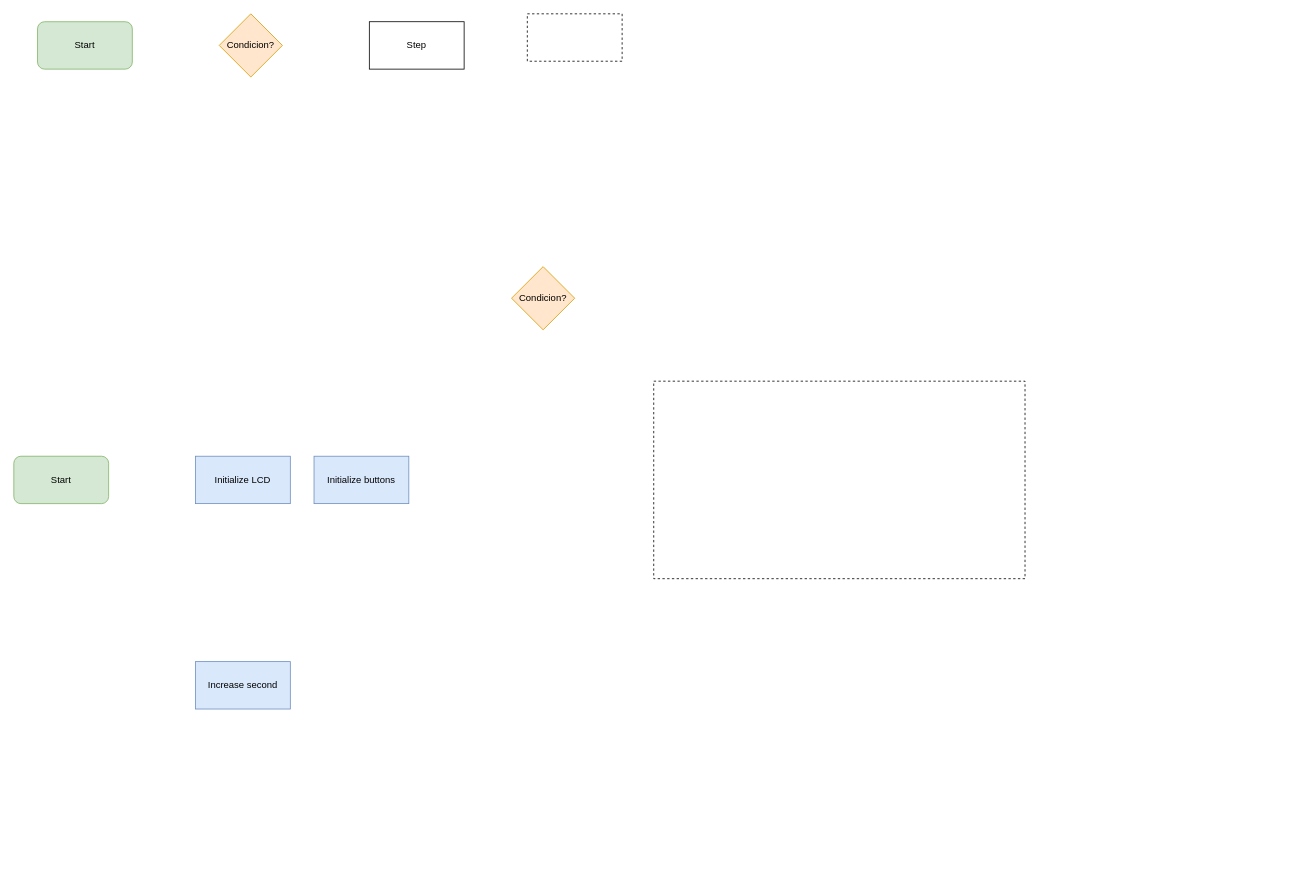
The draw.io diagram clock_display/Diagrama de flujo.drawio in MartinOrdonoCaro/arduino, before the edit. Source tidied: cells renumbered, new cells numbered last; positions are measured from the earlier drawing's top-left corner, leaving out a move shared by most shapes. Both pictures are drawn from the tidied source at 79%, with x=0, y=0 at pixel (13, 13).
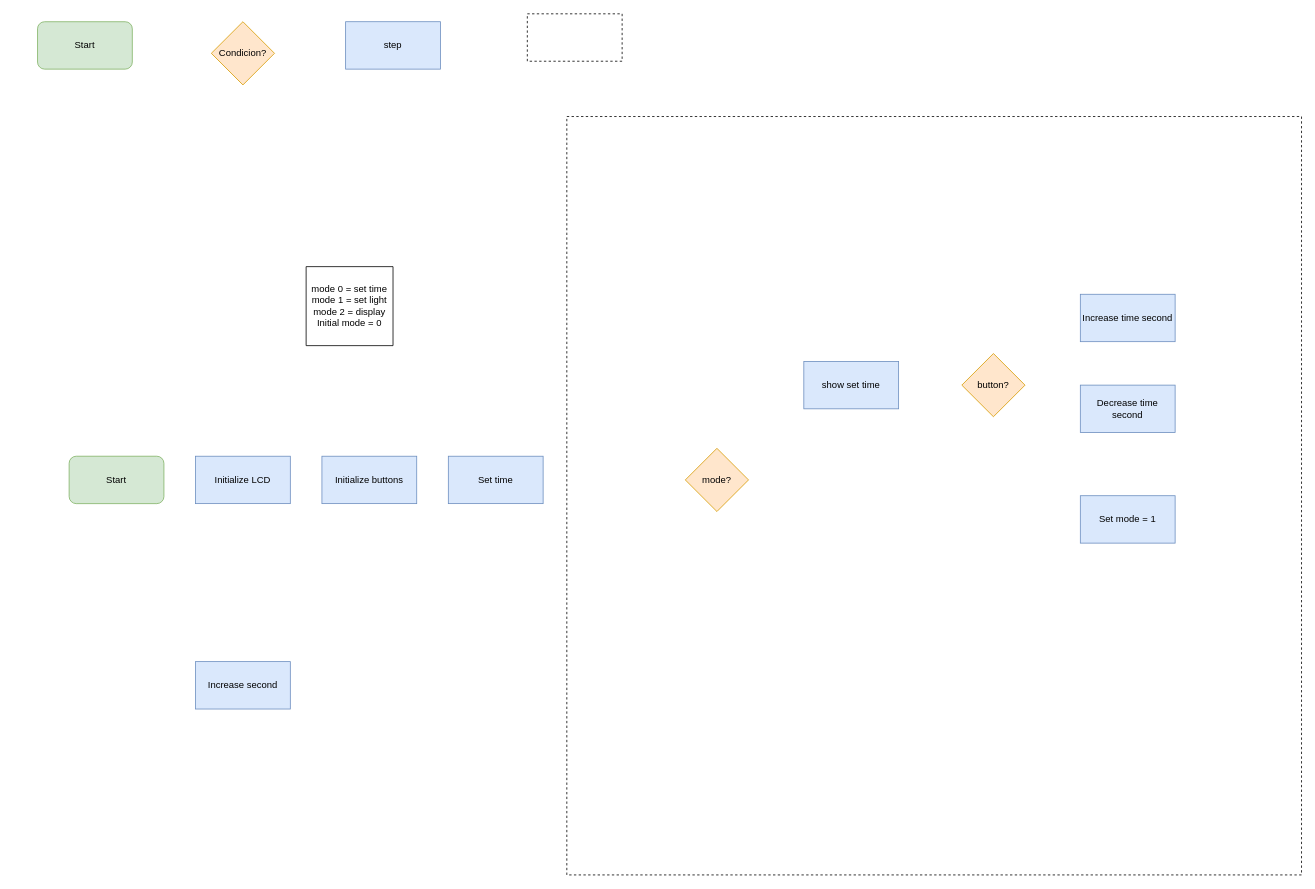
The same diagram, later.

Change to the diagram source:
```diff
@@
 <mxGraphModel>
   <root>
     <mxCell id="0" />
     <mxCell id="1" parent="0" />
+    <mxCell id="9" style="rounded=0;whiteSpace=wrap;html=1;dashed=1;fillColor=none;" parent="1" vertex="1">
+      <mxGeometry x="700" y="130" width="930" height="960" as="geometry" />
+    </mxCell>
     <mxCell id="2" value="Start" style="rounded=1;whiteSpace=wrap;html=1;fillColor=#d5e8d4;strokeColor=#82b366;" parent="1" vertex="1">
-      <mxGeometry y="560" width="120" height="60" as="geometry" />
+      <mxGeometry x="70" y="560" width="120" height="60" as="geometry" />
     </mxCell>
-    <mxCell id="3" value="Condicion?" style="rhombus;whiteSpace=wrap;html=1;fillColor=#ffe6cc;strokeColor=#d79b00;" parent="1" vertex="1">
-      <mxGeometry x="630" y="320" width="80" height="80" as="geometry" />
+    <mxCell id="3" value="mode?" style="rhombus;whiteSpace=wrap;html=1;fillColor=#ffe6cc;strokeColor=#d79b00;" parent="1" vertex="1">
+      <mxGeometry x="850" y="550" width="80" height="80" as="geometry" />
     </mxCell>
     <mxCell id="4" value="Start" style="rounded=1;whiteSpace=wrap;html=1;fillColor=#d5e8d4;strokeColor=#82b366;" parent="1" vertex="1">
       <mxGeometry x="30" y="10" width="120" height="60" as="geometry" />
     </mxCell>
     <mxCell id="5" value="Condicion?" style="rhombus;whiteSpace=wrap;html=1;fillColor=#ffe6cc;strokeColor=#d79b00;" parent="1" vertex="1">
-      <mxGeometry x="260" width="80" height="80" as="geometry" />
+      <mxGeometry x="250" y="10" width="80" height="80" as="geometry" />
     </mxCell>
     <mxCell id="6" value="Initialize LCD" style="rounded=0;whiteSpace=wrap;html=1;fillColor=#dae8fc;strokeColor=#6c8ebf;glass=0;shadow=0;" parent="1" vertex="1">
       <mxGeometry x="230" y="560" width="120" height="60" as="geometry" />
     </mxCell>
-    <mxCell id="7" value="Step" style="rounded=0;whiteSpace=wrap;html=1;" parent="1" vertex="1">
-      <mxGeometry x="450" y="10" width="120" height="60" as="geometry" />
-    </mxCell>
     <mxCell id="8" style="rounded=0;whiteSpace=wrap;html=1;dashed=1;fillColor=none;" parent="1" vertex="1">
       <mxGeometry x="650" width="120" height="60" as="geometry" />
     </mxCell>
-    <mxCell id="9" style="rounded=0;whiteSpace=wrap;html=1;dashed=1;fillColor=none;" parent="1" vertex="1">
-      <mxGeometry x="810" y="465" width="470" height="250" as="geometry" />
-    </mxCell>
     <mxCell id="10" value="Initialize buttons" style="rounded=0;whiteSpace=wrap;html=1;fillColor=#dae8fc;strokeColor=#6c8ebf;glass=0;shadow=0;" parent="1" vertex="1">
-      <mxGeometry x="380" y="560" width="120" height="60" as="geometry" />
+      <mxGeometry x="390" y="560" width="120" height="60" as="geometry" />
     </mxCell>
     <mxCell id="11" value="Increase second" style="rounded=0;whiteSpace=wrap;html=1;fillColor=#dae8fc;strokeColor=#6c8ebf;glass=0;shadow=0;" parent="1" vertex="1">
       <mxGeometry x="230" y="820" width="120" height="60" as="geometry" />
     </mxCell>
+    <mxCell id="12" value="Set time" style="rounded=0;whiteSpace=wrap;html=1;fillColor=#dae8fc;strokeColor=#6c8ebf;glass=0;shadow=0;" parent="1" vertex="1">
+      <mxGeometry x="550" y="560" width="120" height="60" as="geometry" />
+    </mxCell>
+    <mxCell id="13" value="&lt;div&gt;mode 0 = set time&lt;/div&gt;&lt;div&gt;mode 1 = set light&lt;/div&gt;&lt;div&gt;mode 2 = display&lt;/div&gt;Initial mode = 0" style="shape=note;whiteSpace=wrap;html=1;backgroundOutline=1;darkOpacity=0.05;size=0;" parent="1" vertex="1">
+      <mxGeometry x="370" y="320" width="110" height="100" as="geometry" />
+    </mxCell>
+    <mxCell id="14" value="step" style="rounded=0;whiteSpace=wrap;html=1;fillColor=#dae8fc;strokeColor=#6c8ebf;glass=0;shadow=0;" parent="1" vertex="1">
+      <mxGeometry x="420" y="10" width="120" height="60" as="geometry" />
+    </mxCell>
+    <mxCell id="15" value="show set time" style="rounded=0;whiteSpace=wrap;html=1;fillColor=#dae8fc;strokeColor=#6c8ebf;glass=0;shadow=0;" parent="1" vertex="1">
+      <mxGeometry x="1000" y="440" width="120" height="60" as="geometry" />
+    </mxCell>
+    <mxCell id="16" value="button?" style="rhombus;whiteSpace=wrap;html=1;fillColor=#ffe6cc;strokeColor=#d79b00;" parent="1" vertex="1">
+      <mxGeometry x="1200" y="430" width="80" height="80" as="geometry" />
+    </mxCell>
+    <mxCell id="17" value="Increase time second" style="rounded=0;whiteSpace=wrap;html=1;fillColor=#dae8fc;strokeColor=#6c8ebf;glass=0;shadow=0;" parent="1" vertex="1">
+      <mxGeometry x="1350" y="355" width="120" height="60" as="geometry" />
+    </mxCell>
+    <mxCell id="18" value="Decrease time second" style="rounded=0;whiteSpace=wrap;html=1;fillColor=#dae8fc;strokeColor=#6c8ebf;glass=0;shadow=0;" parent="1" vertex="1">
+      <mxGeometry x="1350" y="470" width="120" height="60" as="geometry" />
+    </mxCell>
+    <mxCell id="19" value="Set mode = 1" style="rounded=0;whiteSpace=wrap;html=1;fillColor=#dae8fc;strokeColor=#6c8ebf;glass=0;shadow=0;" parent="1" vertex="1">
+      <mxGeometry x="1350" y="610" width="120" height="60" as="geometry" />
+    </mxCell>
   </root>
 </mxGraphModel>
```
